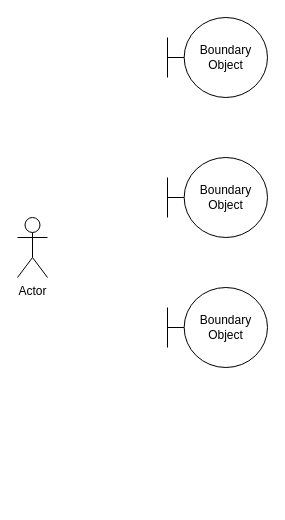
Earlier version of the draw.io diagram Diagramme sans nom.drawio (coco875/ProjetPirate). Source tidied: cells renumbered, new cells numbered last; positions are measured from the earlier drawing's top-left corner, leaving out a move shared by most shapes. Both pictures are drawn from the tidied source at 100%, with x=0, y=0 at pixel (17, 17).
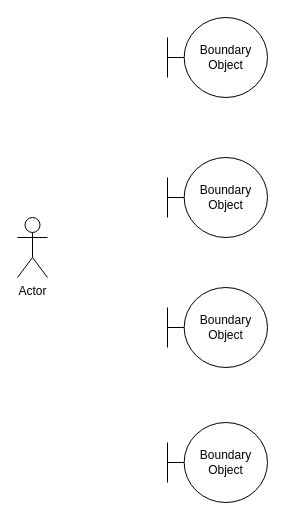
The same page after the edit.

Change to the diagram source:
```diff
@@
 <mxGraphModel>
   <root>
     <mxCell id="0" />
     <mxCell id="1" parent="0" />
     <mxCell id="2" value="Actor" style="shape=umlActor;verticalLabelPosition=bottom;verticalAlign=top;html=1;" parent="1" vertex="1">
       <mxGeometry y="200" width="30" height="60" as="geometry" />
     </mxCell>
     <mxCell id="3" value="Boundary Object" style="shape=umlBoundary;whiteSpace=wrap;html=1;" parent="1" vertex="1">
       <mxGeometry x="150" width="100" height="80" as="geometry" />
     </mxCell>
     <mxCell id="4" value="Boundary Object" style="shape=umlBoundary;whiteSpace=wrap;html=1;" parent="1" vertex="1">
       <mxGeometry x="150" y="140" width="100" height="80" as="geometry" />
     </mxCell>
     <mxCell id="5" value="Boundary Object" style="shape=umlBoundary;whiteSpace=wrap;html=1;" parent="1" vertex="1">
       <mxGeometry x="150" y="270" width="100" height="80" as="geometry" />
     </mxCell>
+    <mxCell id="6" value="Boundary Object" style="shape=umlBoundary;whiteSpace=wrap;html=1;" parent="1" vertex="1">
+      <mxGeometry x="150" y="405" width="100" height="80" as="geometry" />
+    </mxCell>
   </root>
 </mxGraphModel>
```
